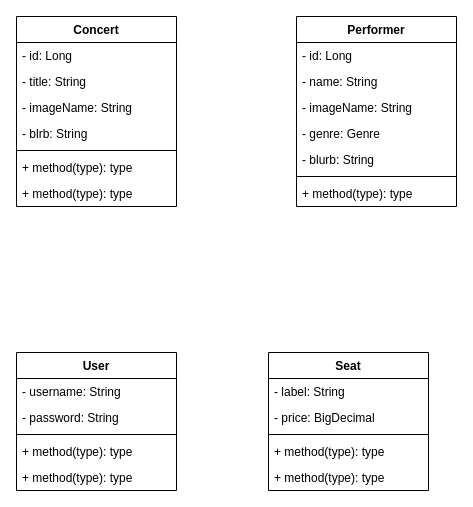
Above: UML.drawio in Meloyg/Java-JPA (draw.io), before the change. Source tidied: cells renumbered, new cells numbered last; positions are measured from the earlier drawing's top-left corner, leaving out a move shared by most shapes. Both pictures are drawn from the tidied source at 100%, with x=0, y=0 at pixel (16, 16).
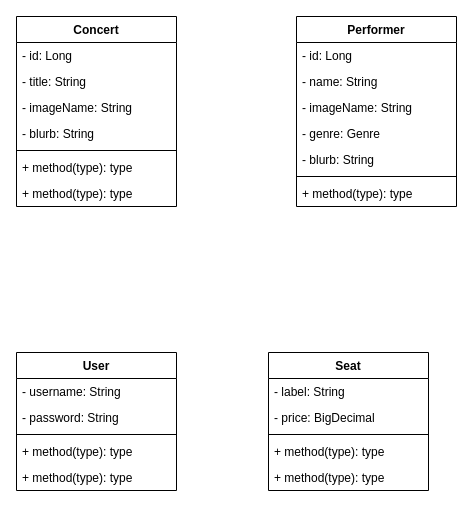
The same page after the edit.

The change refers to these unchanged cells:
```xml
<mxCell id="2" value="Concert" style="swimlane;fontStyle=1;align=center;verticalAlign=top;horizontal=1;startSize=26;" parent="1" vertex="1">
  <mxGeometry width="160" height="190" as="geometry" />
</mxCell>
```

The edit, as a diff of the source:
```diff
@@
-    <mxCell id="6" value="- blrb: String" style="text;strokeColor=none;fillColor=none;align=left;verticalAlign=top;spacingLeft=4;spacingRight=4;overflow=hidden;" parent="2" vertex="1">
+    <mxCell id="6" value="- blurb: String" style="text;strokeColor=none;fillColor=none;align=left;verticalAlign=top;spacingLeft=4;spacingRight=4;overflow=hidden;" parent="2" vertex="1">
       <mxGeometry y="104" width="160" height="26" as="geometry" />
     </mxCell>
```
